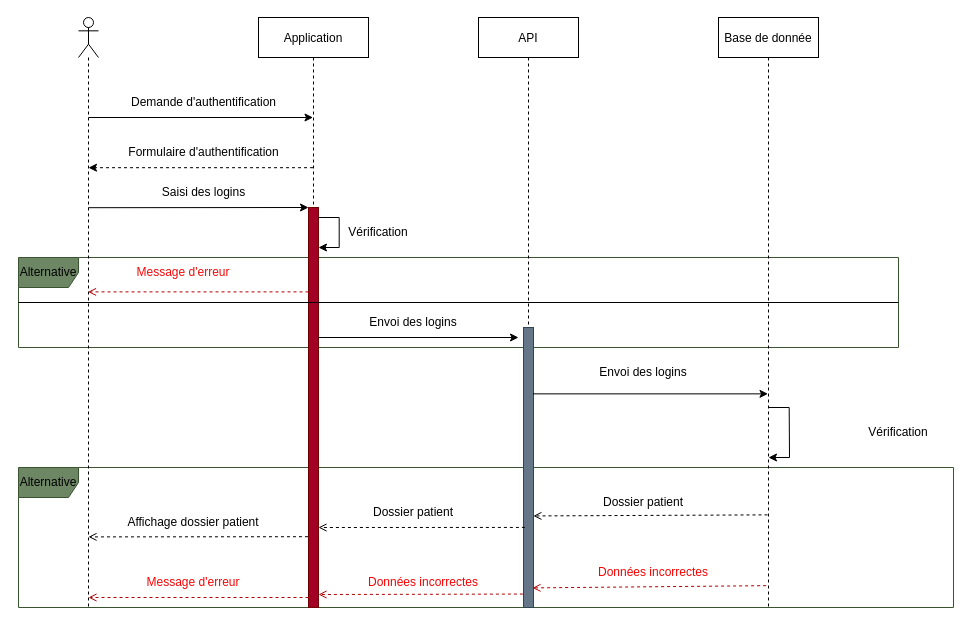
Paul-prog44/Projet-Studi---North-Health keeps this draw.io diagram as page "Consultation dossier patient" (1 of 2) of Diagrammes de séquence.drawio. Above is the earlier version. Source tidied: cells renumbered, new cells numbered last; positions are measured from the earlier drawing's top-left corner, leaving out a move shared by most shapes. Both pictures are drawn from the tidied source at 100%, with x=0, y=0 at pixel (18, 17).
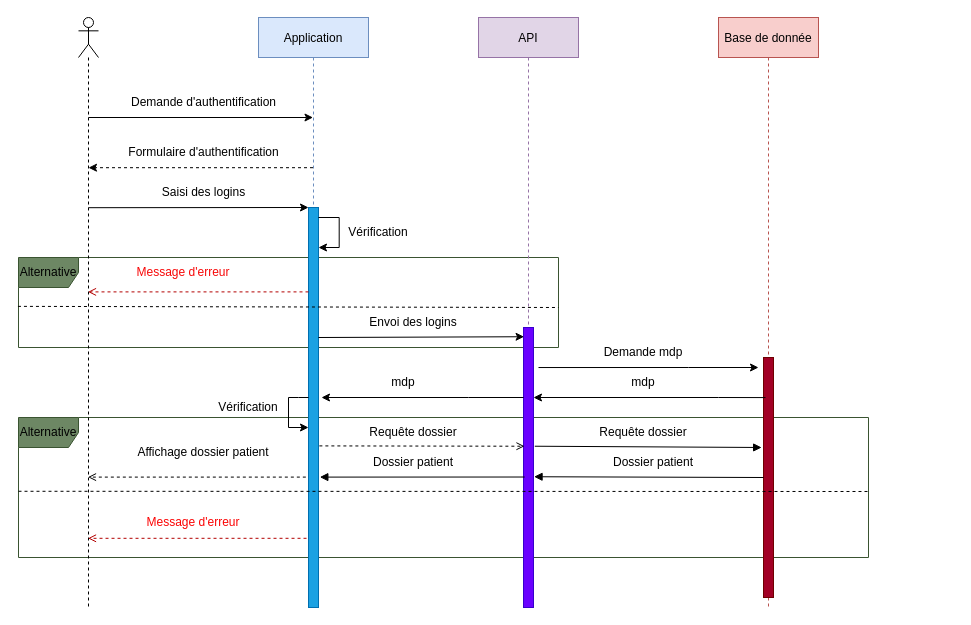
The same page after the edit.

Unchanged cells that the change refers to:
```xml
<mxCell id="10" style="shape=umlLifeline;participant=umlActor;perimeter=lifelinePerimeter;whiteSpace=wrap;html=1;verticalAlign=top;spacingTop=36;outlineConnect=0;" parent="1" vertex="1">
  <mxGeometry x="60" width="20" height="590" as="geometry" />
</mxCell>
```

Change to the diagram source:
```diff
@@
     <mxCell id="2" value="&lt;font color=&quot;#000000&quot;&gt;Alternative&lt;/font&gt;" style="shape=umlFrame;whiteSpace=wrap;html=1;fontColor=#ffffff;fillColor=#6d8764;strokeColor=#3A5431;" parent="1" vertex="1">
-      <mxGeometry y="450" width="935" height="140" as="geometry" />
+      <mxGeometry y="400" width="850" height="140" as="geometry" />
     </mxCell>
     <mxCell id="3" value="&lt;font color=&quot;#000000&quot;&gt;Alternative&lt;/font&gt;" style="shape=umlFrame;whiteSpace=wrap;html=1;fontColor=#ffffff;fillColor=#6d8764;strokeColor=#3A5431;" parent="1" vertex="1">
-      <mxGeometry y="240" width="880" height="90" as="geometry" />
+      <mxGeometry y="240" width="540" height="90" as="geometry" />
     </mxCell>
-    <mxCell id="4" value="Application" style="shape=umlLifeline;perimeter=lifelinePerimeter;rounded=0;shadow=0;strokeWidth=1;" parent="1" vertex="1">
+    <mxCell id="4" value="Application" style="shape=umlLifeline;perimeter=lifelinePerimeter;rounded=0;shadow=0;strokeWidth=1;fillColor=#dae8fc;strokeColor=#6c8ebf;" parent="1" vertex="1">
       <mxGeometry x="240" width="110" height="590" as="geometry" />
     </mxCell>
@@
-    <mxCell id="6" style="rounded=0;whiteSpace=wrap;html=1;fillColor=#a20025;fontColor=#ffffff;strokeColor=#6F0000;" parent="4" vertex="1">
+    <mxCell id="6" style="rounded=0;whiteSpace=wrap;html=1;fillColor=#1ba1e2;fontColor=#ffffff;strokeColor=#006EAF;" parent="4" vertex="1">
       <mxGeometry x="50" y="190" width="10" height="400" as="geometry" />
     </mxCell>
@@
+    <mxCell id="39" style="endArrow=classic;html=1;rounded=0;" parent="4" edge="1">
+      <mxGeometry x="0.43" y="-10" relative="1" as="geometry">
+        <mxPoint x="50" y="380" as="sourcePoint" />
+        <mxPoint x="50" y="410" as="targetPoint" />
+        <Array as="points">
+          <mxPoint x="40" y="380" />
+          <mxPoint x="30" y="380" />
+          <mxPoint x="30" y="410" />
+        </Array>
+      </mxGeometry>
+    </mxCell>
+    <mxCell id="21" value="Vérification" style="text;html=1;strokeColor=none;fillColor=none;align=center;verticalAlign=middle;whiteSpace=wrap;rounded=0;" parent="4" vertex="1">
+      <mxGeometry x="-40" y="375" width="60" height="30" as="geometry" />
+    </mxCell>
-    <mxCell id="8" value="API" style="shape=umlLifeline;perimeter=lifelinePerimeter;rounded=0;shadow=0;strokeWidth=1;" parent="1" vertex="1">
+    <mxCell id="8" value="API" style="shape=umlLifeline;perimeter=lifelinePerimeter;rounded=0;shadow=0;strokeWidth=1;fillColor=#e1d5e7;strokeColor=#9673a6;" parent="1" vertex="1">
       <mxGeometry x="460" width="100" height="590" as="geometry" />
     </mxCell>
-    <mxCell id="9" style="rounded=0;whiteSpace=wrap;html=1;fillColor=#647687;fontColor=#ffffff;strokeColor=#314354;" parent="8" vertex="1">
+    <mxCell id="9" style="rounded=0;whiteSpace=wrap;html=1;fillColor=#6a00ff;fontColor=#ffffff;strokeColor=#3700CC;" parent="8" vertex="1">
       <mxGeometry x="45" y="310" width="10" height="280" as="geometry" />
     </mxCell>
@@
-    <mxCell id="12" value="Base de donnée" style="shape=umlLifeline;perimeter=lifelinePerimeter;rounded=0;shadow=0;strokeWidth=1;" parent="1" vertex="1">
+    <mxCell id="12" value="Base de donnée" style="shape=umlLifeline;perimeter=lifelinePerimeter;rounded=0;shadow=0;strokeWidth=1;fillColor=#f8cecc;strokeColor=#b85450;" parent="1" vertex="1">
       <mxGeometry x="700" width="100" height="590" as="geometry" />
     </mxCell>
-    <mxCell id="13" style="endArrow=classic;html=1;rounded=0;" parent="12" edge="1">
-      <mxGeometry relative="1" as="geometry">
-        <mxPoint x="50" y="390" as="sourcePoint" />
-        <mxPoint x="50" y="440" as="targetPoint" />
-        <Array as="points">
-          <mxPoint x="70.7" y="390" />
-          <mxPoint x="71" y="440" />
-        </Array>
-      </mxGeometry>
-    </mxCell>
+    <mxCell id="40" style="rounded=0;whiteSpace=wrap;html=1;fillColor=#a20025;fontColor=#ffffff;strokeColor=#6F0000;" parent="12" vertex="1">
+      <mxGeometry x="45" y="340" width="10" height="240" as="geometry" />
+    </mxCell>
@@
-    <mxCell id="20" value="Envoi des logins" style="text;html=1;strokeColor=none;fillColor=none;align=center;verticalAlign=middle;whiteSpace=wrap;rounded=0;" parent="1" vertex="1">
-      <mxGeometry x="560" y="340" width="130" height="30" as="geometry" />
+    <mxCell id="20" value="Demande mdp" style="text;html=1;strokeColor=none;fillColor=none;align=center;verticalAlign=middle;whiteSpace=wrap;rounded=0;" parent="1" vertex="1">
+      <mxGeometry x="560" y="320" width="130" height="30" as="geometry" />
     </mxCell>
-    <mxCell id="21" value="Vérification" style="text;html=1;strokeColor=none;fillColor=none;align=center;verticalAlign=middle;whiteSpace=wrap;rounded=0;" parent="1" vertex="1">
-      <mxGeometry x="850" y="400" width="60" height="30" as="geometry" />
-    </mxCell>
-    <mxCell id="22" style="endArrow=open;html=1;rounded=0;dashed=1;endFill=0;exitX=0.49;exitY=0.843;exitDx=0;exitDy=0;exitPerimeter=0;entryX=0.989;entryY=0.673;entryDx=0;entryDy=0;entryPerimeter=0;" parent="1" edge="1" source="12" target="9">
+    <mxCell id="22" style="endArrow=block;html=1;rounded=0;endFill=1;exitX=0;exitY=0.5;exitDx=0;exitDy=0;entryX=1.057;entryY=0.533;entryDx=0;entryDy=0;entryPerimeter=0;" parent="1" edge="1" source="40" target="9">
       <mxGeometry relative="1" as="geometry" />
     </mxCell>
     <mxCell id="23" value="Dossier patient" style="text;html=1;strokeColor=none;fillColor=none;align=center;verticalAlign=middle;whiteSpace=wrap;rounded=0;" parent="1" vertex="1">
-      <mxGeometry x="560" y="470" width="130" height="30" as="geometry" />
+      <mxGeometry x="570" y="430" width="130" height="30" as="geometry" />
     </mxCell>
-    <mxCell id="24" style="endArrow=open;html=1;rounded=0;dashed=1;endFill=0;exitX=-0.053;exitY=0.823;exitDx=0;exitDy=0;exitPerimeter=0;" parent="1" edge="1" source="6">
-      <mxGeometry relative="1" as="geometry">
-        <mxPoint x="70" y="519.4" as="targetPoint" />
-      </mxGeometry>
+    <mxCell id="24" style="endArrow=open;html=1;rounded=0;dashed=1;endFill=0;exitX=-0.266;exitY=0.674;exitDx=0;exitDy=0;exitPerimeter=0;" parent="1" edge="1" source="6" target="10">
+      <mxGeometry relative="1" as="geometry" />
     </mxCell>
     <mxCell id="25" value="Affichage dossier patient" style="text;html=1;strokeColor=none;fillColor=none;align=center;verticalAlign=middle;whiteSpace=wrap;rounded=0;" parent="1" vertex="1">
-      <mxGeometry x="100" y="490" width="150" height="30" as="geometry" />
+      <mxGeometry x="110" y="420" width="150" height="30" as="geometry" />
     </mxCell>
@@
-    <mxCell id="28" style="endArrow=open;html=1;rounded=0;dashed=1;endFill=0;fillColor=#e51400;strokeColor=#B20000;exitX=-0.06;exitY=0.952;exitDx=0;exitDy=0;exitPerimeter=0;" parent="1" edge="1" source="9">
-      <mxGeometry relative="1" as="geometry">
-        <mxPoint x="300" y="577" as="targetPoint" />
-      </mxGeometry>
-    </mxCell>
-    <mxCell id="29" style="endArrow=open;html=1;rounded=0;dashed=1;endFill=0;fillColor=#e51400;strokeColor=#B20000;" parent="1" edge="1">
-      <mxGeometry relative="1" as="geometry">
-        <mxPoint x="290" y="580" as="sourcePoint" />
-        <mxPoint x="70" y="580" as="targetPoint" />
-      </mxGeometry>
+    <mxCell id="29" style="endArrow=open;html=1;rounded=0;dashed=1;endFill=0;fillColor=#e51400;strokeColor=#B20000;exitX=-0.197;exitY=0.827;exitDx=0;exitDy=0;exitPerimeter=0;" parent="1" edge="1" source="6" target="10">
+      <mxGeometry relative="1" as="geometry" />
     </mxCell>
     <mxCell id="30" value="Message d'erreur" style="text;html=1;strokeColor=none;fillColor=none;align=center;verticalAlign=middle;whiteSpace=wrap;rounded=0;fontColor=#fb0404;" parent="1" vertex="1">
-      <mxGeometry x="110" y="550" width="130" height="30" as="geometry" />
+      <mxGeometry x="110" y="490" width="130" height="30" as="geometry" />
     </mxCell>
-    <mxCell id="31" value="Données incorrectes" style="text;html=1;strokeColor=none;fillColor=none;align=center;verticalAlign=middle;whiteSpace=wrap;rounded=0;fontColor=#f70202;" parent="1" vertex="1">
-      <mxGeometry x="570" y="540" width="130" height="30" as="geometry" />
-    </mxCell>
-    <mxCell id="32" value="Données incorrectes" style="text;html=1;strokeColor=none;fillColor=none;align=center;verticalAlign=middle;whiteSpace=wrap;rounded=0;fontColor=#f70202;" parent="1" vertex="1">
-      <mxGeometry x="340" y="550" width="130" height="30" as="geometry" />
-    </mxCell>
-    <mxCell id="33" style="endArrow=open;html=1;rounded=0;dashed=1;endFill=0;fillColor=#e51400;strokeColor=#B20000;entryX=0.9;entryY=0.93;entryDx=0;entryDy=0;entryPerimeter=0;exitX=0.476;exitY=0.963;exitDx=0;exitDy=0;exitPerimeter=0;" parent="1" edge="1" source="12" target="9">
-      <mxGeometry relative="1" as="geometry" />
-    </mxCell>
-    <mxCell id="34" style="line;strokeWidth=1;fillColor=none;align=left;verticalAlign=middle;spacingTop=-1;spacingLeft=3;spacingRight=3;labelPosition=right;strokeColor=inherit;fontColor=#000000;" parent="1" vertex="1">
-      <mxGeometry y="281" width="880" height="8" as="geometry" />
-    </mxCell>
-    <mxCell id="35" style="endArrow=classic;html=1;rounded=0;" parent="1" edge="1">
+    <mxCell id="35" style="endArrow=classic;html=1;rounded=0;entryX=0.057;entryY=0.033;entryDx=0;entryDy=0;entryPerimeter=0;" parent="1" edge="1" target="9">
       <mxGeometry relative="1" as="geometry">
         <mxPoint x="300" y="320" as="sourcePoint" />
-        <mxPoint x="500" y="320" as="targetPoint" />
       </mxGeometry>
     </mxCell>
-    <mxCell id="36" style="endArrow=classic;html=1;rounded=0;exitX=0.953;exitY=0.237;exitDx=0;exitDy=0;exitPerimeter=0;" parent="1" edge="1" source="9" target="12">
-      <mxGeometry relative="1" as="geometry" />
+    <mxCell id="36" style="endArrow=classic;html=1;rounded=0;exitX=1.5;exitY=0.143;exitDx=0;exitDy=0;exitPerimeter=0;" parent="1" edge="1" source="9">
+      <mxGeometry relative="1" as="geometry">
+        <mxPoint x="740" y="350" as="targetPoint" />
+        <Array as="points">
+          <mxPoint x="670" y="350" />
+        </Array>
+      </mxGeometry>
     </mxCell>
-    <mxCell id="37" style="endArrow=open;html=1;rounded=0;dashed=1;endFill=0;entryX=1;entryY=0.8;entryDx=0;entryDy=0;entryPerimeter=0;exitX=0.14;exitY=0.714;exitDx=0;exitDy=0;exitPerimeter=0;" parent="1" edge="1" source="9" target="6">
+    <mxCell id="37" style="endArrow=block;html=1;rounded=0;endFill=1;exitX=0.117;exitY=0.534;exitDx=0;exitDy=0;exitPerimeter=0;entryX=1.134;entryY=0.674;entryDx=0;entryDy=0;entryPerimeter=0;" parent="1" edge="1" source="9" target="6">
       <mxGeometry relative="1" as="geometry" />
     </mxCell>
     <mxCell id="38" value="Dossier patient" style="text;html=1;strokeColor=none;fillColor=none;align=center;verticalAlign=middle;whiteSpace=wrap;rounded=0;" parent="1" vertex="1">
-      <mxGeometry x="330" y="480" width="130" height="30" as="geometry" />
+      <mxGeometry x="330" y="430" width="130" height="30" as="geometry" />
     </mxCell>
+    <mxCell id="41" style="endArrow=none;dashed=1;html=1;rounded=0;exitX=-0.001;exitY=0.543;exitDx=0;exitDy=0;exitPerimeter=0;" parent="1" edge="1" source="3">
+      <mxGeometry relative="1" as="geometry">
+        <mxPoint x="540" y="290" as="targetPoint" />
+      </mxGeometry>
+    </mxCell>
+    <mxCell id="42" style="endArrow=classic;html=1;rounded=0;exitX=0.2;exitY=0.167;exitDx=0;exitDy=0;exitPerimeter=0;entryX=1;entryY=0.25;entryDx=0;entryDy=0;" parent="1" edge="1" source="40" target="9">
+      <mxGeometry relative="1" as="geometry">
+        <Array as="points">
+          <mxPoint x="700" y="380" />
+        </Array>
+      </mxGeometry>
+    </mxCell>
+    <mxCell id="43" style="endArrow=classic;html=1;rounded=0;exitX=0;exitY=0.25;exitDx=0;exitDy=0;entryX=1.3;entryY=0.475;entryDx=0;entryDy=0;entryPerimeter=0;" parent="1" edge="1" source="9" target="6">
+      <mxGeometry relative="1" as="geometry">
+        <Array as="points">
+          <mxPoint x="450" y="380" />
+        </Array>
+      </mxGeometry>
+    </mxCell>
+    <mxCell id="44" value="mdp" style="text;html=1;strokeColor=none;fillColor=none;align=center;verticalAlign=middle;whiteSpace=wrap;rounded=0;" parent="1" vertex="1">
+      <mxGeometry x="560" y="350" width="130" height="30" as="geometry" />
+    </mxCell>
+    <mxCell id="45" value="mdp" style="text;html=1;strokeColor=none;fillColor=none;align=center;verticalAlign=middle;whiteSpace=wrap;rounded=0;" parent="1" vertex="1">
+      <mxGeometry x="320" y="350" width="130" height="30" as="geometry" />
+    </mxCell>
+    <mxCell id="46" style="endArrow=none;dashed=1;html=1;rounded=0;exitX=0;exitY=0.527;exitDx=0;exitDy=0;exitPerimeter=0;" parent="1" edge="1" source="2">
+      <mxGeometry relative="1" as="geometry">
+        <mxPoint x="850" y="474" as="targetPoint" />
+      </mxGeometry>
+    </mxCell>
+    <mxCell id="47" style="endArrow=open;html=1;rounded=0;dashed=1;endFill=0;entryX=0.1;entryY=0.424;entryDx=0;entryDy=0;entryPerimeter=0;exitX=1.086;exitY=0.596;exitDx=0;exitDy=0;exitPerimeter=0;" parent="1" edge="1" source="6" target="9">
+      <mxGeometry relative="1" as="geometry" />
+    </mxCell>
+    <mxCell id="48" value="Requête dossier" style="text;html=1;strokeColor=none;fillColor=none;align=center;verticalAlign=middle;whiteSpace=wrap;rounded=0;" parent="1" vertex="1">
+      <mxGeometry x="330" y="400" width="130" height="30" as="geometry" />
+    </mxCell>
+    <mxCell id="49" style="endArrow=block;html=1;rounded=0;endFill=1;entryX=-0.186;entryY=0.375;entryDx=0;entryDy=0;entryPerimeter=0;exitX=1.129;exitY=0.424;exitDx=0;exitDy=0;exitPerimeter=0;" parent="1" edge="1" source="9" target="40">
+      <mxGeometry relative="1" as="geometry" />
+    </mxCell>
+    <mxCell id="50" value="Requête dossier" style="text;html=1;strokeColor=none;fillColor=none;align=center;verticalAlign=middle;whiteSpace=wrap;rounded=0;" parent="1" vertex="1">
+      <mxGeometry x="560" y="400" width="130" height="30" as="geometry" />
+    </mxCell>
```
